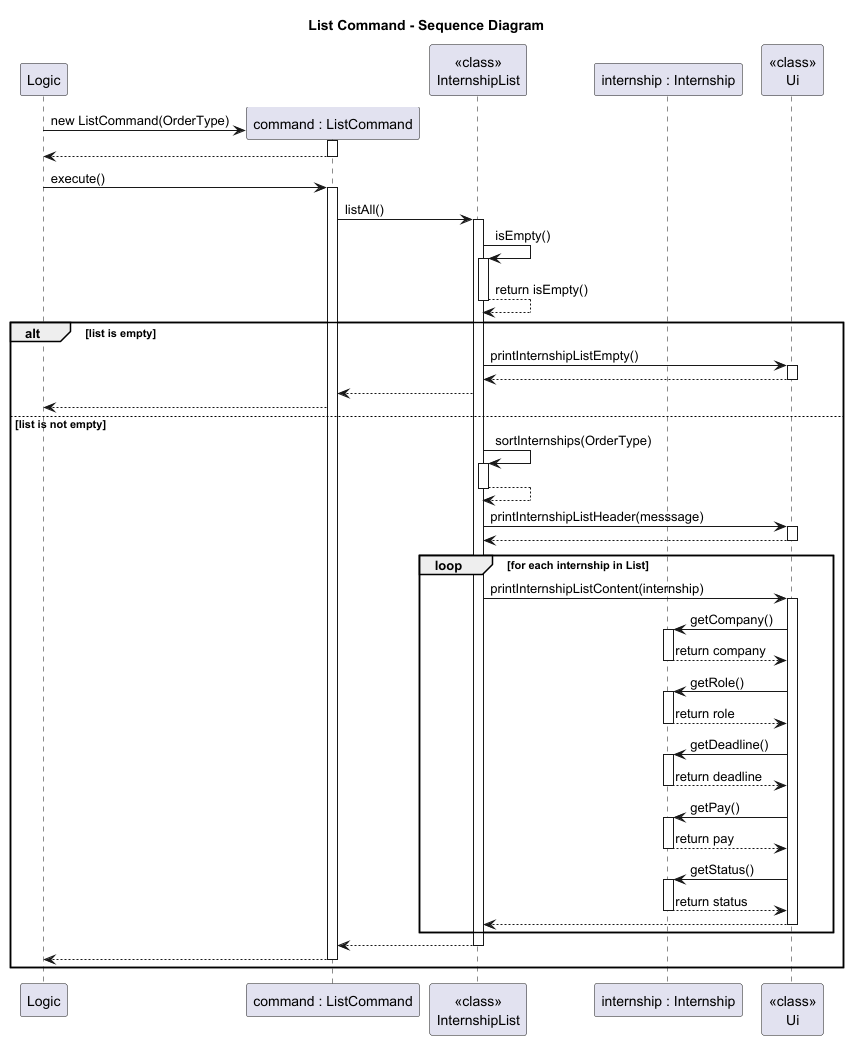
AY2526S1-CS2113-W14-4/tp keeps this PlantUML diagram as docs/diagrams/ListCommandSD.png. Above is the earlier version.
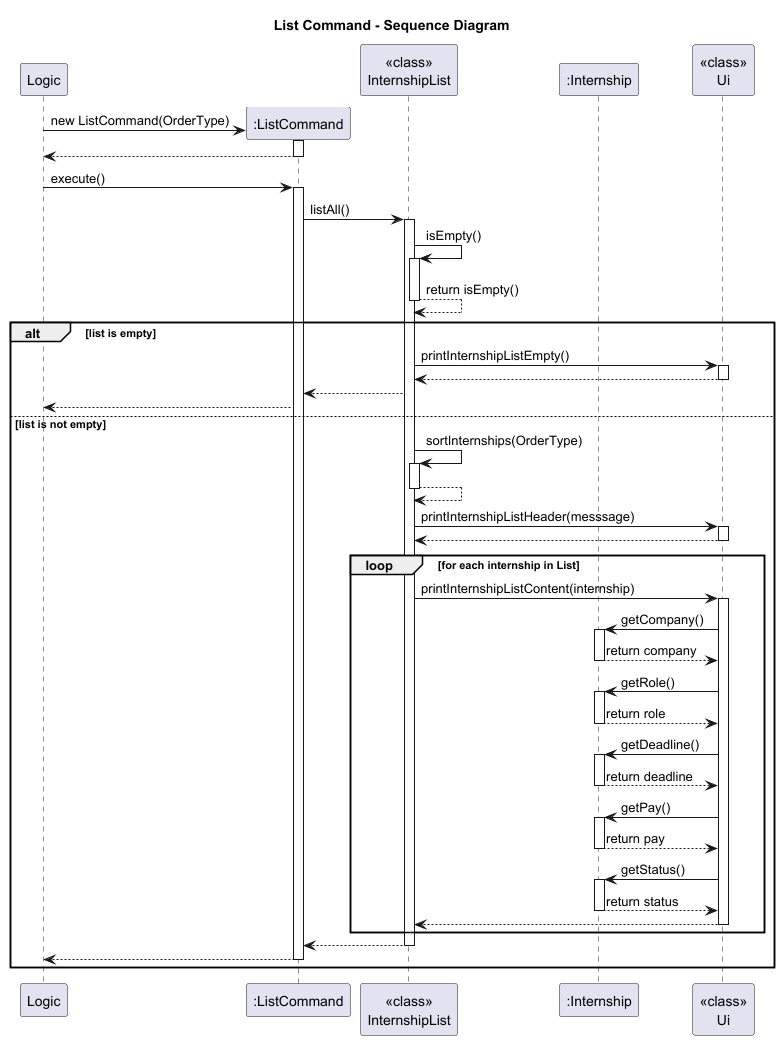
Later version of the same file.

Diff of the diagram source:
```diff
@@ -3,10 +3,10 @@
 title List Command - Sequence Diagram
 
 participant "Logic" as Logic
-participant "command : ListCommand" as Command
+participant ":ListCommand" as Command
 
 participant "<<class>>\nInternshipList" as Model
-participant "internship : Internship" as internship
+participant ":Internship" as internship
 
 participant "<<class>>\nUi" as Ui
 
```
